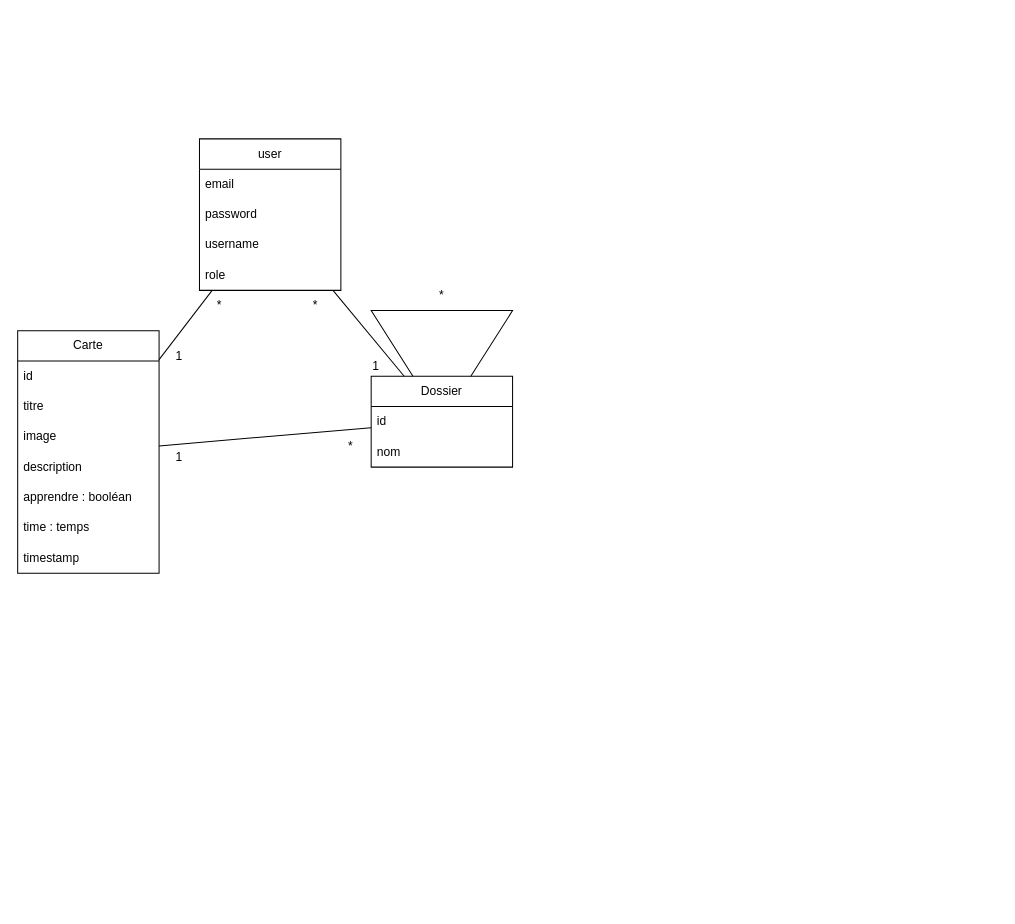
ElianThe/FastLearning keeps this draw.io diagram as ModeleConception.drawio. Above is the earlier version. Source tidied: cells renumbered, new cells numbered last; positions are measured from the earlier drawing's top-left corner, leaving out a move shared by most shapes. Both pictures are drawn from the tidied source at 101%, with x=0, y=0 at pixel (17, 138).
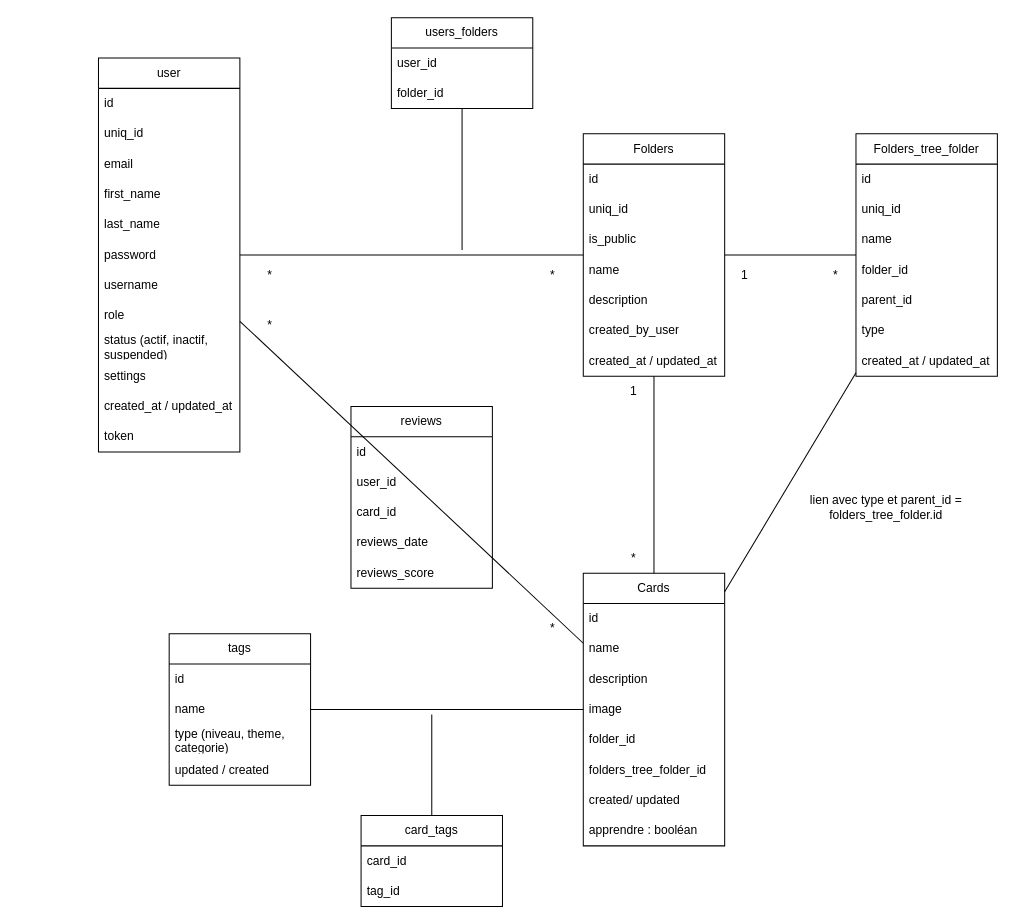
After the change.

Commit message:
Mettre à jour ModeleConception.drawio

Diff of the diagram source:
```diff
@@
-    <mxCell id="2" value="Carte" style="swimlane;fontStyle=0;horizontal=1;startSize=30;whiteSpace=wrap;html=1;" parent="1" vertex="1">
-      <mxGeometry y="190" width="140" height="240" as="geometry" />
+    <mxCell id="2" value="Cards" style="swimlane;fontStyle=0;horizontal=1;startSize=30;whiteSpace=wrap;html=1;" parent="1" vertex="1">
+      <mxGeometry x="560" y="430" width="140" height="270" as="geometry" />
     </mxCell>
@@
-    <mxCell id="4" value="titre" style="text;strokeColor=none;fillColor=none;align=left;verticalAlign=middle;spacingLeft=4;spacingRight=4;overflow=hidden;whiteSpace=wrap;html=1;" parent="2" vertex="1">
+    <mxCell id="4" value="name" style="text;strokeColor=none;fillColor=none;align=left;verticalAlign=middle;spacingLeft=4;spacingRight=4;overflow=hidden;whiteSpace=wrap;html=1;" parent="2" vertex="1">
       <mxGeometry y="60" width="140" height="30" as="geometry" />
     </mxCell>
+    <mxCell id="6" value="description" style="text;strokeColor=none;fillColor=none;align=left;verticalAlign=middle;spacingLeft=4;spacingRight=4;overflow=hidden;whiteSpace=wrap;html=1;" parent="2" vertex="1">
+      <mxGeometry y="90" width="140" height="30" as="geometry" />
+    </mxCell>
     <mxCell id="5" value="image" style="text;strokeColor=none;fillColor=none;align=left;verticalAlign=middle;spacingLeft=4;spacingRight=4;overflow=hidden;whiteSpace=wrap;html=1;" parent="2" vertex="1">
-      <mxGeometry y="90" width="140" height="30" as="geometry" />
+      <mxGeometry y="120" width="140" height="30" as="geometry" />
     </mxCell>
-    <mxCell id="6" value="description" style="text;strokeColor=none;fillColor=none;align=left;verticalAlign=middle;spacingLeft=4;spacingRight=4;overflow=hidden;whiteSpace=wrap;html=1;" parent="2" vertex="1">
-      <mxGeometry y="120" width="140" height="30" as="geometry" />
-    </mxCell>
+    <mxCell id="8" value="folder_id" style="text;strokeColor=none;fillColor=none;align=left;verticalAlign=middle;spacingLeft=4;spacingRight=4;overflow=hidden;whiteSpace=wrap;html=1;" parent="2" vertex="1">
+      <mxGeometry y="150" width="140" height="30" as="geometry" />
+    </mxCell>
+    <mxCell id="29" value="folders_tree_folder_id" style="text;strokeColor=none;fillColor=none;align=left;verticalAlign=middle;spacingLeft=4;spacingRight=4;overflow=hidden;whiteSpace=wrap;html=1;" parent="2" vertex="1">
+      <mxGeometry y="180" width="140" height="30" as="geometry" />
+    </mxCell>
+    <mxCell id="9" value="created/ updated" style="text;strokeColor=none;fillColor=none;align=left;verticalAlign=middle;spacingLeft=4;spacingRight=4;overflow=hidden;whiteSpace=wrap;html=1;" parent="2" vertex="1">
+      <mxGeometry y="210" width="140" height="30" as="geometry" />
+    </mxCell>
     <mxCell id="7" value="apprendre : booléan" style="text;strokeColor=none;fillColor=none;align=left;verticalAlign=middle;spacingLeft=4;spacingRight=4;overflow=hidden;whiteSpace=wrap;html=1;" parent="2" vertex="1">
-      <mxGeometry y="150" width="140" height="30" as="geometry" />
+      <mxGeometry y="240" width="140" height="30" as="geometry" />
     </mxCell>
-    <mxCell id="8" value="time : temps" style="text;strokeColor=none;fillColor=none;align=left;verticalAlign=middle;spacingLeft=4;spacingRight=4;overflow=hidden;whiteSpace=wrap;html=1;" parent="2" vertex="1">
-      <mxGeometry y="180" width="140" height="30" as="geometry" />
-    </mxCell>
-    <mxCell id="9" value="timestamp" style="text;strokeColor=none;fillColor=none;align=left;verticalAlign=middle;spacingLeft=4;spacingRight=4;overflow=hidden;whiteSpace=wrap;html=1;" parent="2" vertex="1">
-      <mxGeometry y="210" width="140" height="30" as="geometry" />
-    </mxCell>
-    <mxCell id="10" value="Dossier" style="swimlane;fontStyle=0;horizontal=1;startSize=30;whiteSpace=wrap;html=1;" parent="1" vertex="1">
-      <mxGeometry x="350" y="235" width="140" height="90" as="geometry" />
+    <mxCell id="10" value="Folders" style="swimlane;fontStyle=0;horizontal=1;startSize=30;whiteSpace=wrap;html=1;" parent="1" vertex="1">
+      <mxGeometry x="560" y="-5" width="140" height="240" as="geometry" />
     </mxCell>
@@
-    <mxCell id="12" value="nom" style="text;strokeColor=none;fillColor=none;align=left;verticalAlign=middle;spacingLeft=4;spacingRight=4;overflow=hidden;whiteSpace=wrap;html=1;" parent="10" vertex="1">
+    <mxCell id="12" value="uniq_id" style="text;strokeColor=none;fillColor=none;align=left;verticalAlign=middle;spacingLeft=4;spacingRight=4;overflow=hidden;whiteSpace=wrap;html=1;" parent="10" vertex="1">
       <mxGeometry y="60" width="140" height="30" as="geometry" />
     </mxCell>
+    <mxCell id="30" value="is_public" style="text;strokeColor=none;fillColor=none;align=left;verticalAlign=middle;spacingLeft=4;spacingRight=4;overflow=hidden;whiteSpace=wrap;html=1;" parent="10" vertex="1">
+      <mxGeometry y="90" width="140" height="30" as="geometry" />
+    </mxCell>
+    <mxCell id="31" value="name" style="text;strokeColor=none;fillColor=none;align=left;verticalAlign=middle;spacingLeft=4;spacingRight=4;overflow=hidden;whiteSpace=wrap;html=1;" parent="10" vertex="1">
+      <mxGeometry y="120" width="140" height="30" as="geometry" />
+    </mxCell>
+    <mxCell id="32" value="description" style="text;strokeColor=none;fillColor=none;align=left;verticalAlign=middle;spacingLeft=4;spacingRight=4;overflow=hidden;whiteSpace=wrap;html=1;" parent="10" vertex="1">
+      <mxGeometry y="150" width="140" height="30" as="geometry" />
+    </mxCell>
+    <mxCell id="33" value="created_by_user" style="text;strokeColor=none;fillColor=none;align=left;verticalAlign=middle;spacingLeft=4;spacingRight=4;overflow=hidden;whiteSpace=wrap;html=1;" parent="10" vertex="1">
+      <mxGeometry y="180" width="140" height="30" as="geometry" />
+    </mxCell>
+    <mxCell id="34" value="created_at / updated_at" style="text;strokeColor=none;fillColor=none;align=left;verticalAlign=middle;spacingLeft=4;spacingRight=4;overflow=hidden;whiteSpace=wrap;html=1;" parent="10" vertex="1">
+      <mxGeometry y="210" width="140" height="30" as="geometry" />
+    </mxCell>
@@
-    <mxCell id="14" value="1" style="text;html=1;strokeColor=none;fillColor=none;align=center;verticalAlign=middle;whiteSpace=wrap;rounded=0;" parent="1" vertex="1">
-      <mxGeometry x="130" y="300" width="60" height="30" as="geometry" />
-    </mxCell>
-    <mxCell id="15" value="*" style="text;html=1;strokeColor=none;fillColor=none;align=center;verticalAlign=middle;whiteSpace=wrap;rounded=0;" parent="1" vertex="1">
-      <mxGeometry x="300" y="290" width="60" height="30" as="geometry" />
-    </mxCell>
     <mxCell id="16" value="user" style="swimlane;fontStyle=0;horizontal=1;startSize=30;whiteSpace=wrap;html=1;" parent="1" vertex="1">
-      <mxGeometry x="180" width="140" height="150" as="geometry" />
+      <mxGeometry x="80" y="-80" width="140" height="390" as="geometry" />
     </mxCell>
+    <mxCell id="35" value="id" style="text;strokeColor=none;fillColor=none;align=left;verticalAlign=middle;spacingLeft=4;spacingRight=4;overflow=hidden;whiteSpace=wrap;html=1;" parent="16" vertex="1">
+      <mxGeometry y="30" width="140" height="30" as="geometry" />
+    </mxCell>
+    <mxCell id="36" value="uniq_id" style="text;strokeColor=none;fillColor=none;align=left;verticalAlign=middle;spacingLeft=4;spacingRight=4;overflow=hidden;whiteSpace=wrap;html=1;" parent="16" vertex="1">
+      <mxGeometry y="60" width="140" height="30" as="geometry" />
+    </mxCell>
     <mxCell id="17" value="email" style="text;strokeColor=none;fillColor=none;align=left;verticalAlign=middle;spacingLeft=4;spacingRight=4;overflow=hidden;whiteSpace=wrap;html=1;" parent="16" vertex="1">
-      <mxGeometry y="30" width="140" height="30" as="geometry" />
+      <mxGeometry y="90" width="140" height="30" as="geometry" />
     </mxCell>
+    <mxCell id="37" value="first_name" style="text;strokeColor=none;fillColor=none;align=left;verticalAlign=middle;spacingLeft=4;spacingRight=4;overflow=hidden;whiteSpace=wrap;html=1;" parent="16" vertex="1">
+      <mxGeometry y="120" width="140" height="30" as="geometry" />
+    </mxCell>
+    <mxCell id="38" value="last_name" style="text;strokeColor=none;fillColor=none;align=left;verticalAlign=middle;spacingLeft=4;spacingRight=4;overflow=hidden;whiteSpace=wrap;html=1;" parent="16" vertex="1">
+      <mxGeometry y="150" width="140" height="30" as="geometry" />
+    </mxCell>
     <mxCell id="18" value="password" style="text;strokeColor=none;fillColor=none;align=left;verticalAlign=middle;spacingLeft=4;spacingRight=4;overflow=hidden;whiteSpace=wrap;html=1;" parent="16" vertex="1">
-      <mxGeometry y="60" width="140" height="30" as="geometry" />
+      <mxGeometry y="180" width="140" height="30" as="geometry" />
     </mxCell>
     <mxCell id="19" value="username" style="text;strokeColor=none;fillColor=none;align=left;verticalAlign=middle;spacingLeft=4;spacingRight=4;overflow=hidden;whiteSpace=wrap;html=1;" parent="16" vertex="1">
-      <mxGeometry y="90" width="140" height="30" as="geometry" />
+      <mxGeometry y="210" width="140" height="30" as="geometry" />
     </mxCell>
     <mxCell id="20" value="role" style="text;strokeColor=none;fillColor=none;align=left;verticalAlign=middle;spacingLeft=4;spacingRight=4;overflow=hidden;whiteSpace=wrap;html=1;" parent="16" vertex="1">
-      <mxGeometry y="120" width="140" height="30" as="geometry" />
+      <mxGeometry y="240" width="140" height="30" as="geometry" />
     </mxCell>
-    <mxCell id="21" style="endArrow=none;html=1;rounded=0;" parent="1" edge="1" source="10" target="10">
-      <mxGeometry relative="1" as="geometry">
-        <Array as="points">
-          <mxPoint x="350" y="170" />
-        </Array>
-      </mxGeometry>
-    </mxCell>
-    <mxCell id="22" value="*" style="text;html=1;strokeColor=none;fillColor=none;align=center;verticalAlign=middle;whiteSpace=wrap;rounded=0;" parent="1" vertex="1">
-      <mxGeometry x="390" y="140" width="60" height="30" as="geometry" />
-    </mxCell>
-    <mxCell id="23" style="endArrow=none;html=1;rounded=0;" parent="1" edge="1" source="2" target="16">
-      <mxGeometry relative="1" as="geometry" />
-    </mxCell>
+    <mxCell id="39" value="status (actif, inactif, suspended)" style="text;strokeColor=none;fillColor=none;align=left;verticalAlign=middle;spacingLeft=4;spacingRight=4;overflow=hidden;whiteSpace=wrap;html=1;" parent="16" vertex="1">
+      <mxGeometry y="270" width="140" height="30" as="geometry" />
+    </mxCell>
+    <mxCell id="40" value="settings" style="text;strokeColor=none;fillColor=none;align=left;verticalAlign=middle;spacingLeft=4;spacingRight=4;overflow=hidden;whiteSpace=wrap;html=1;" parent="16" vertex="1">
+      <mxGeometry y="300" width="140" height="30" as="geometry" />
+    </mxCell>
+    <mxCell id="41" value="created_at / updated_at" style="text;strokeColor=none;fillColor=none;align=left;verticalAlign=middle;spacingLeft=4;spacingRight=4;overflow=hidden;whiteSpace=wrap;html=1;" parent="16" vertex="1">
+      <mxGeometry y="330" width="140" height="30" as="geometry" />
+    </mxCell>
+    <mxCell id="42" value="token" style="text;strokeColor=none;fillColor=none;align=left;verticalAlign=middle;spacingLeft=4;spacingRight=4;overflow=hidden;whiteSpace=wrap;html=1;" parent="16" vertex="1">
+      <mxGeometry y="360" width="140" height="30" as="geometry" />
+    </mxCell>
     <mxCell id="24" value="*" style="text;html=1;strokeColor=none;fillColor=none;align=center;verticalAlign=middle;whiteSpace=wrap;rounded=0;" parent="1" vertex="1">
-      <mxGeometry x="170" y="150" width="60" height="30" as="geometry" />
+      <mxGeometry x="220" y="120" width="60" height="30" as="geometry" />
     </mxCell>
-    <mxCell id="25" value="1" style="text;html=1;strokeColor=none;fillColor=none;align=center;verticalAlign=middle;whiteSpace=wrap;rounded=0;" parent="1" vertex="1">
-      <mxGeometry x="130" y="200" width="60" height="30" as="geometry" />
-    </mxCell>
@@
-    <mxCell id="27" value="*" style="text;html=1;strokeColor=none;fillColor=none;align=center;verticalAlign=middle;whiteSpace=wrap;rounded=0;" parent="1" vertex="1">
-      <mxGeometry x="265" y="150" width="60" height="30" as="geometry" />
-    </mxCell>
-    <mxCell id="28" value="1" style="text;html=1;strokeColor=none;fillColor=none;align=center;verticalAlign=middle;whiteSpace=wrap;rounded=0;" parent="1" vertex="1">
-      <mxGeometry x="325" y="210" width="60" height="30" as="geometry" />
-    </mxCell>
+    <mxCell id="43" value="reviews" style="swimlane;fontStyle=0;horizontal=1;startSize=30;whiteSpace=wrap;html=1;" parent="1" vertex="1">
+      <mxGeometry x="330" y="265" width="140" height="180" as="geometry" />
+    </mxCell>
+    <mxCell id="44" value="id" style="text;strokeColor=none;fillColor=none;align=left;verticalAlign=middle;spacingLeft=4;spacingRight=4;overflow=hidden;whiteSpace=wrap;html=1;" parent="43" vertex="1">
+      <mxGeometry y="30" width="140" height="30" as="geometry" />
+    </mxCell>
+    <mxCell id="45" value="user_id" style="text;strokeColor=none;fillColor=none;align=left;verticalAlign=middle;spacingLeft=4;spacingRight=4;overflow=hidden;whiteSpace=wrap;html=1;" parent="43" vertex="1">
+      <mxGeometry y="60" width="140" height="30" as="geometry" />
+    </mxCell>
+    <mxCell id="46" value="card_id" style="text;strokeColor=none;fillColor=none;align=left;verticalAlign=middle;spacingLeft=4;spacingRight=4;overflow=hidden;whiteSpace=wrap;html=1;" parent="43" vertex="1">
+      <mxGeometry y="90" width="140" height="30" as="geometry" />
+    </mxCell>
+    <mxCell id="47" value="reviews_date" style="text;strokeColor=none;fillColor=none;align=left;verticalAlign=middle;spacingLeft=4;spacingRight=4;overflow=hidden;whiteSpace=wrap;html=1;" parent="43" vertex="1">
+      <mxGeometry y="120" width="140" height="30" as="geometry" />
+    </mxCell>
+    <mxCell id="48" value="reviews_score" style="text;strokeColor=none;fillColor=none;align=left;verticalAlign=middle;spacingLeft=4;spacingRight=4;overflow=hidden;whiteSpace=wrap;html=1;" parent="43" vertex="1">
+      <mxGeometry y="150" width="140" height="30" as="geometry" />
+    </mxCell>
+    <mxCell id="49" value="tags" style="swimlane;fontStyle=0;horizontal=1;startSize=30;whiteSpace=wrap;html=1;" parent="1" vertex="1">
+      <mxGeometry x="150" y="490" width="140" height="150" as="geometry" />
+    </mxCell>
+    <mxCell id="50" value="id" style="text;strokeColor=none;fillColor=none;align=left;verticalAlign=middle;spacingLeft=4;spacingRight=4;overflow=hidden;whiteSpace=wrap;html=1;" parent="49" vertex="1">
+      <mxGeometry y="30" width="140" height="30" as="geometry" />
+    </mxCell>
+    <mxCell id="51" value="name" style="text;strokeColor=none;fillColor=none;align=left;verticalAlign=middle;spacingLeft=4;spacingRight=4;overflow=hidden;whiteSpace=wrap;html=1;" parent="49" vertex="1">
+      <mxGeometry y="60" width="140" height="30" as="geometry" />
+    </mxCell>
+    <mxCell id="52" value="type (niveau, theme, categorie)" style="text;strokeColor=none;fillColor=none;align=left;verticalAlign=middle;spacingLeft=4;spacingRight=4;overflow=hidden;whiteSpace=wrap;html=1;" parent="49" vertex="1">
+      <mxGeometry y="90" width="140" height="30" as="geometry" />
+    </mxCell>
+    <mxCell id="53" value="updated / created" style="text;strokeColor=none;fillColor=none;align=left;verticalAlign=middle;spacingLeft=4;spacingRight=4;overflow=hidden;whiteSpace=wrap;html=1;" parent="49" vertex="1">
+      <mxGeometry y="120" width="140" height="30" as="geometry" />
+    </mxCell>
+    <mxCell id="54" value="card_tags" style="swimlane;fontStyle=0;horizontal=1;startSize=30;whiteSpace=wrap;html=1;" parent="1" vertex="1">
+      <mxGeometry x="340" y="670" width="140" height="90" as="geometry" />
+    </mxCell>
+    <mxCell id="55" value="card_id" style="text;strokeColor=none;fillColor=none;align=left;verticalAlign=middle;spacingLeft=4;spacingRight=4;overflow=hidden;whiteSpace=wrap;html=1;" parent="54" vertex="1">
+      <mxGeometry y="30" width="140" height="30" as="geometry" />
+    </mxCell>
+    <mxCell id="56" value="tag_id" style="text;strokeColor=none;fillColor=none;align=left;verticalAlign=middle;spacingLeft=4;spacingRight=4;overflow=hidden;whiteSpace=wrap;html=1;" parent="54" vertex="1">
+      <mxGeometry y="60" width="140" height="30" as="geometry" />
+    </mxCell>
+    <mxCell id="57" value="Folders_tree_folder" style="swimlane;fontStyle=0;horizontal=1;startSize=30;whiteSpace=wrap;html=1;" parent="1" vertex="1">
+      <mxGeometry x="830" y="-5" width="140" height="240" as="geometry" />
+    </mxCell>
+    <mxCell id="58" value="id" style="text;strokeColor=none;fillColor=none;align=left;verticalAlign=middle;spacingLeft=4;spacingRight=4;overflow=hidden;whiteSpace=wrap;html=1;" parent="57" vertex="1">
+      <mxGeometry y="30" width="140" height="30" as="geometry" />
+    </mxCell>
+    <mxCell id="59" value="uniq_id" style="text;strokeColor=none;fillColor=none;align=left;verticalAlign=middle;spacingLeft=4;spacingRight=4;overflow=hidden;whiteSpace=wrap;html=1;" parent="57" vertex="1">
+      <mxGeometry y="60" width="140" height="30" as="geometry" />
+    </mxCell>
+    <mxCell id="60" value="name" style="text;strokeColor=none;fillColor=none;align=left;verticalAlign=middle;spacingLeft=4;spacingRight=4;overflow=hidden;whiteSpace=wrap;html=1;" parent="57" vertex="1">
+      <mxGeometry y="90" width="140" height="30" as="geometry" />
+    </mxCell>
+    <mxCell id="61" value="folder_id" style="text;strokeColor=none;fillColor=none;align=left;verticalAlign=middle;spacingLeft=4;spacingRight=4;overflow=hidden;whiteSpace=wrap;html=1;" parent="57" vertex="1">
+      <mxGeometry y="120" width="140" height="30" as="geometry" />
+    </mxCell>
+    <mxCell id="62" value="parent_id" style="text;strokeColor=none;fillColor=none;align=left;verticalAlign=middle;spacingLeft=4;spacingRight=4;overflow=hidden;whiteSpace=wrap;html=1;" parent="57" vertex="1">
+      <mxGeometry y="150" width="140" height="30" as="geometry" />
+    </mxCell>
+    <mxCell id="63" value="type" style="text;strokeColor=none;fillColor=none;align=left;verticalAlign=middle;spacingLeft=4;spacingRight=4;overflow=hidden;whiteSpace=wrap;html=1;" parent="57" vertex="1">
+      <mxGeometry y="180" width="140" height="30" as="geometry" />
+    </mxCell>
+    <mxCell id="64" value="created_at / updated_at" style="text;strokeColor=none;fillColor=none;align=left;verticalAlign=middle;spacingLeft=4;spacingRight=4;overflow=hidden;whiteSpace=wrap;html=1;" parent="57" vertex="1">
+      <mxGeometry y="210" width="140" height="30" as="geometry" />
+    </mxCell>
+    <mxCell id="65" value="users_folders" style="swimlane;fontStyle=0;horizontal=1;startSize=30;whiteSpace=wrap;html=1;" parent="1" vertex="1">
+      <mxGeometry x="370" y="-120" width="140" height="90" as="geometry" />
+    </mxCell>
+    <mxCell id="66" value="user_id" style="text;strokeColor=none;fillColor=none;align=left;verticalAlign=middle;spacingLeft=4;spacingRight=4;overflow=hidden;whiteSpace=wrap;html=1;" parent="65" vertex="1">
+      <mxGeometry y="30" width="140" height="30" as="geometry" />
+    </mxCell>
+    <mxCell id="67" value="folder_id" style="text;strokeColor=none;fillColor=none;align=left;verticalAlign=middle;spacingLeft=4;spacingRight=4;overflow=hidden;whiteSpace=wrap;html=1;" parent="65" vertex="1">
+      <mxGeometry y="60" width="140" height="30" as="geometry" />
+    </mxCell>
+    <mxCell id="68" style="endArrow=none;html=1;rounded=0;" parent="1" edge="1" target="65">
+      <mxGeometry relative="1" as="geometry">
+        <mxPoint x="440" y="110" as="sourcePoint" />
+      </mxGeometry>
+    </mxCell>
+    <mxCell id="69" style="endArrow=none;html=1;rounded=0;" parent="1" edge="1" source="49" target="2">
+      <mxGeometry relative="1" as="geometry" />
+    </mxCell>
+    <mxCell id="70" style="endArrow=none;html=1;rounded=0;" parent="1" edge="1" target="54">
+      <mxGeometry relative="1" as="geometry">
+        <mxPoint x="410" y="570" as="sourcePoint" />
+      </mxGeometry>
+    </mxCell>
+    <mxCell id="71" value="*" style="text;html=1;strokeColor=none;fillColor=none;align=center;verticalAlign=middle;whiteSpace=wrap;rounded=0;" parent="1" vertex="1">
+      <mxGeometry x="500" y="120" width="60" height="30" as="geometry" />
+    </mxCell>
+    <mxCell id="72" style="endArrow=none;html=1;rounded=0;" parent="1" edge="1" source="10" target="57">
+      <mxGeometry relative="1" as="geometry" />
+    </mxCell>
+    <mxCell id="73" value="*" style="text;html=1;strokeColor=none;fillColor=none;align=center;verticalAlign=middle;whiteSpace=wrap;rounded=0;" parent="1" vertex="1">
+      <mxGeometry x="790" y="120" width="40" height="30" as="geometry" />
+    </mxCell>
+    <mxCell id="74" value="1" style="text;html=1;strokeColor=none;fillColor=none;align=center;verticalAlign=middle;whiteSpace=wrap;rounded=0;" parent="1" vertex="1">
+      <mxGeometry x="700" y="120" width="40" height="30" as="geometry" />
+    </mxCell>
+    <mxCell id="75" value="1" style="text;html=1;strokeColor=none;fillColor=none;align=center;verticalAlign=middle;whiteSpace=wrap;rounded=0;" parent="1" vertex="1">
+      <mxGeometry x="590" y="235" width="40" height="30" as="geometry" />
+    </mxCell>
+    <mxCell id="76" value="*" style="text;html=1;strokeColor=none;fillColor=none;align=center;verticalAlign=middle;whiteSpace=wrap;rounded=0;" parent="1" vertex="1">
+      <mxGeometry x="590" y="400" width="40" height="30" as="geometry" />
+    </mxCell>
+    <mxCell id="77" style="endArrow=none;html=1;rounded=0;" parent="1" edge="1" source="16" target="2">
+      <mxGeometry relative="1" as="geometry" />
+    </mxCell>
+    <mxCell id="78" value="*" style="text;html=1;strokeColor=none;fillColor=none;align=center;verticalAlign=middle;whiteSpace=wrap;rounded=0;" parent="1" vertex="1">
+      <mxGeometry x="220" y="170" width="60" height="30" as="geometry" />
+    </mxCell>
+    <mxCell id="79" value="*" style="text;html=1;strokeColor=none;fillColor=none;align=center;verticalAlign=middle;whiteSpace=wrap;rounded=0;" parent="1" vertex="1">
+      <mxGeometry x="500" y="470" width="60" height="30" as="geometry" />
+    </mxCell>
+    <mxCell id="80" style="endArrow=none;html=1;rounded=0;" parent="1" edge="1" source="2" target="57">
+      <mxGeometry relative="1" as="geometry" />
+    </mxCell>
+    <mxCell id="81" value="lien avec type et parent_id = folders_tree_folder.id" style="text;html=1;align=center;verticalAlign=middle;whiteSpace=wrap;rounded=0;" parent="1" vertex="1">
+      <mxGeometry x="760" y="350" width="200" height="30" as="geometry" />
+    </mxCell>
```
